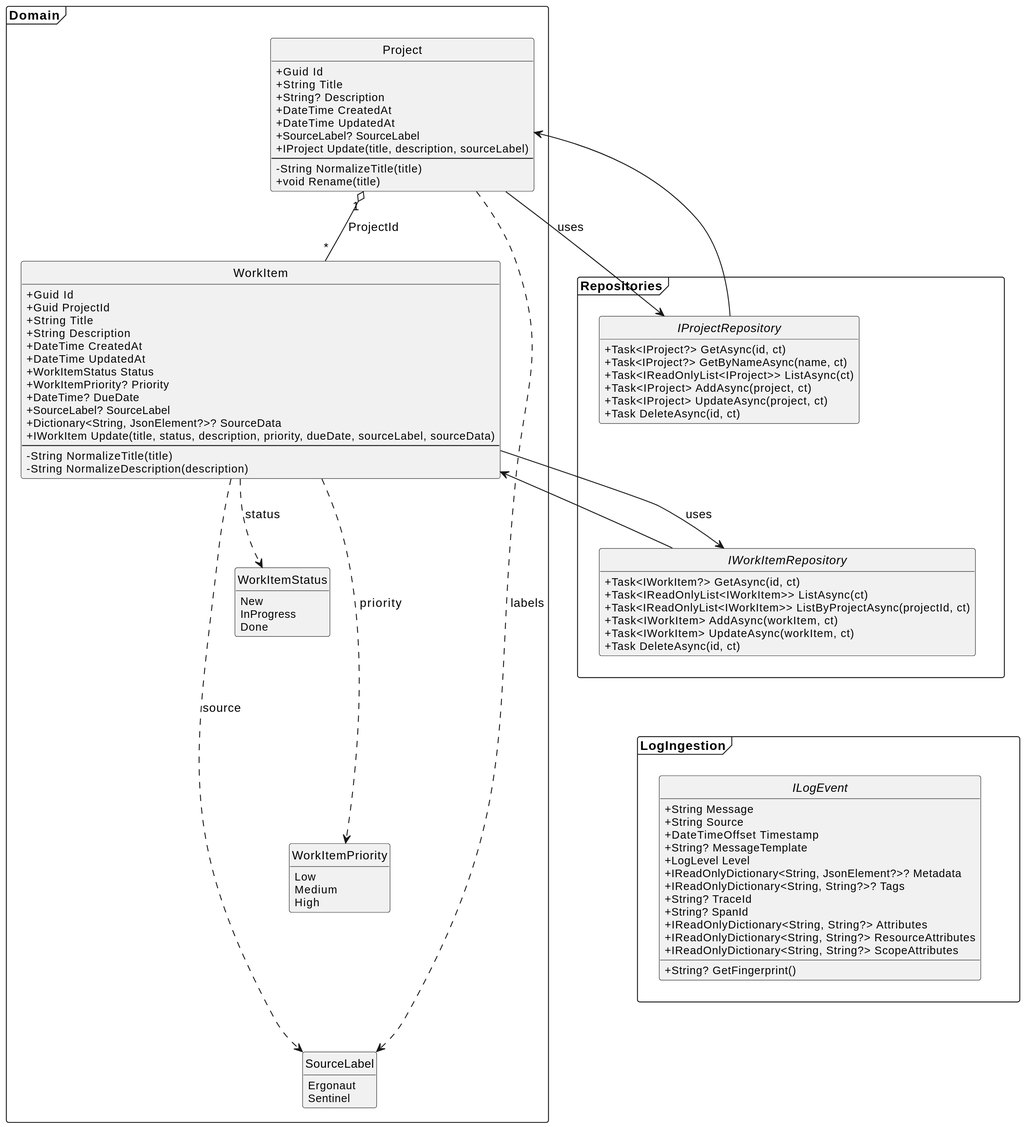
Before: docs/report/figures/core_models.svg, a diagram exported from PlantUML (LukasLeindals/ergonaut).
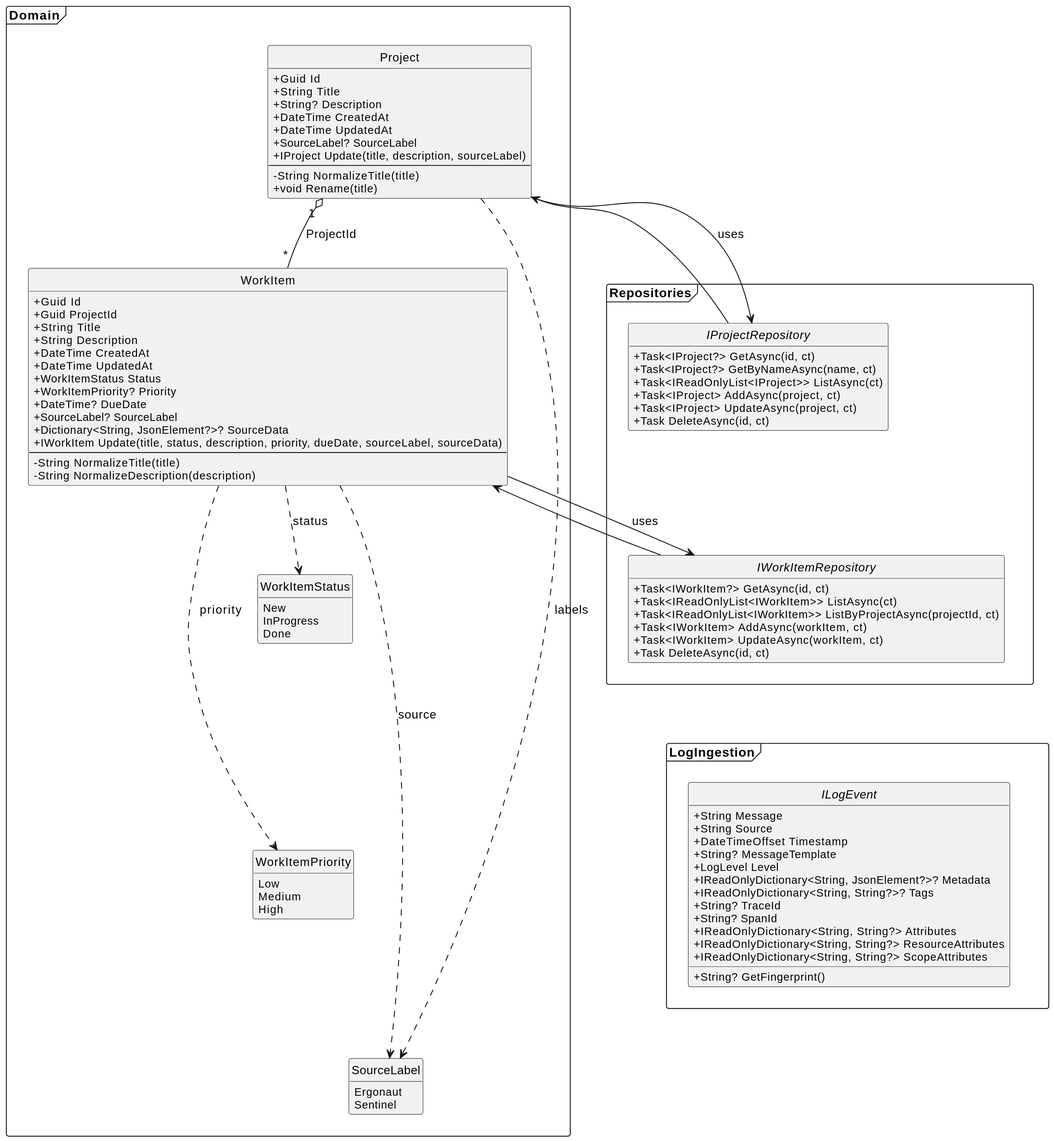
Later version of the same file.

Commit message:
core models

Change to the diagram source:
```diff
@@ -115,6 +115,7 @@
 WorkItem ..> WorkItemPriority : priority
 WorkItem ..> SourceLabel : source
 
+Domain -[hidden]- Repositories
 Project -[hidden]- IProjectRepository
 WorkItem -[hidden]- IWorkItemRepository
 Repositories -[hidden]down- LogIngestion
```
